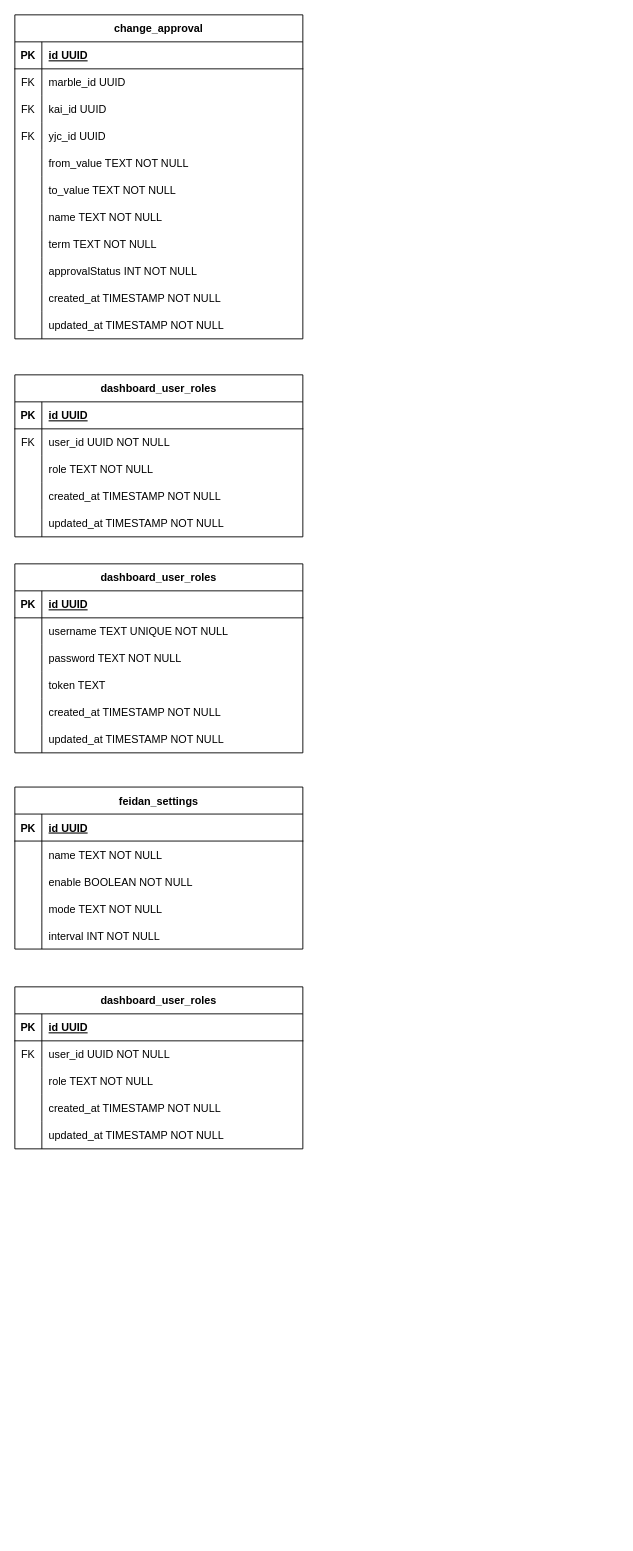
This is kai-game-control.drawio from wayneGoCode/drawio-diagrams, a draw.io file, before an edit. Source tidied: cells renumbered, new cells numbered last; positions are measured from the earlier drawing's top-left corner, leaving out a move shared by most shapes. Both pictures are drawn from the tidied source at 90%, with x=0, y=0 at pixel (14, 14).
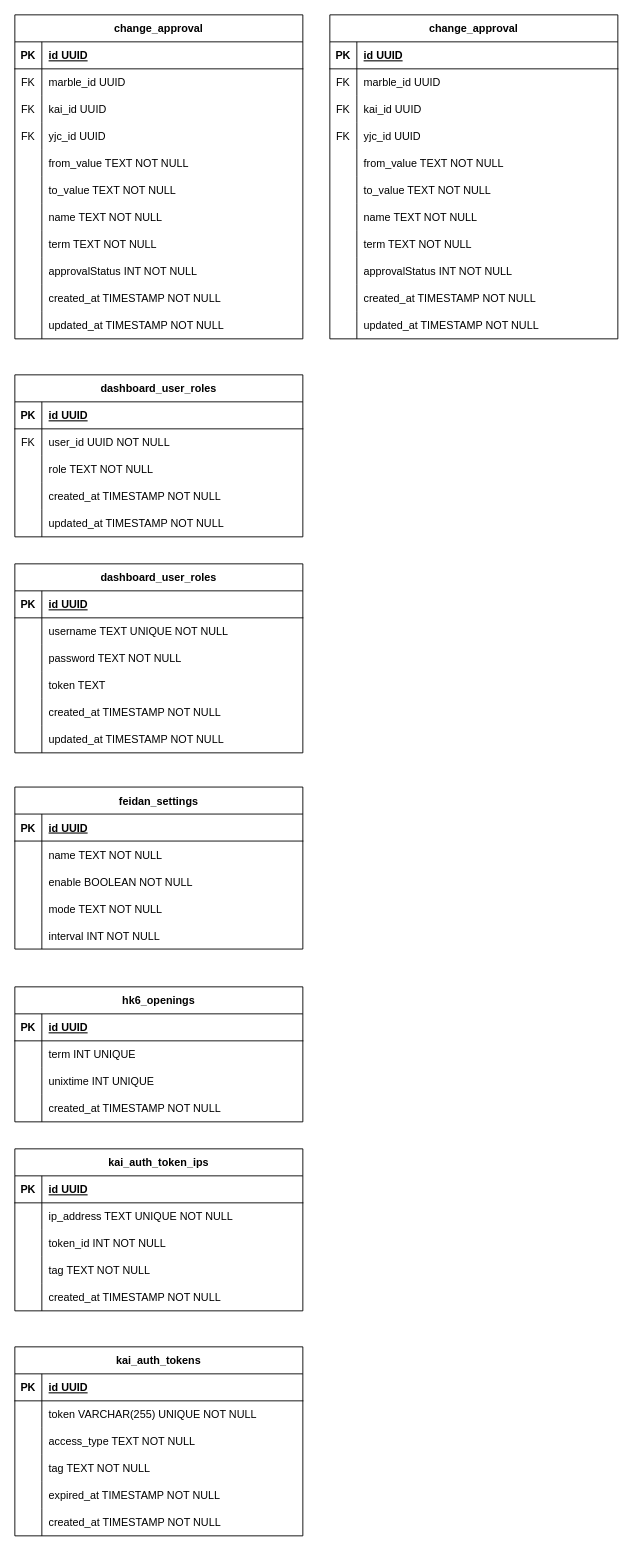
The same diagram, later.

Unchanged cells that the change refers to:
```xml
<mxCell id="91" style="shape=tableRow;horizontal=0;startSize=0;swimlaneHead=0;swimlaneBody=0;fillColor=none;strokeColor=inherit;top=0;left=0;right=0;bottom=0;" parent="87" vertex="1">
  <mxGeometry y="60" width="320" height="30" as="geometry" />
</mxCell>
<mxCell id="94" style="shape=tableRow;horizontal=0;startSize=0;swimlaneHead=0;swimlaneBody=0;fillColor=none;strokeColor=inherit;top=0;left=0;right=0;bottom=0;" parent="87" vertex="1">
  <mxGeometry y="90" width="320" height="30" as="geometry" />
</mxCell>
```

Change to the diagram source:
```diff
@@
-    <mxCell id="87" value="dashboard_user_roles" style="shape=table;startSize=30;childLayout=tableLayout;rowLines=0;fontStyle=1;align=center;" parent="1" vertex="1">
-      <mxGeometry y="1080" width="320" height="180" as="geometry" />
+    <mxCell id="87" value="hk6_openings" style="shape=table;startSize=30;childLayout=tableLayout;rowLines=0;fontStyle=1;align=center;" parent="1" vertex="1">
+      <mxGeometry y="1080" width="320" height="150" as="geometry" />
     </mxCell>
@@
-    <mxCell id="92" value="FK" style="shape=partialRectangle;overflow=hidden;fillColor=none;strokeColor=inherit;top=0;left=0;bottom=0;right=0;" parent="91" vertex="1">
+    <mxCell id="92" style="shape=partialRectangle;overflow=hidden;fillColor=none;strokeColor=inherit;top=0;left=0;bottom=0;right=0;" parent="91" vertex="1">
       <mxGeometry width="30" height="30" as="geometry" />
     </mxCell>
-    <mxCell id="93" value="user_id UUID NOT NULL" style="shape=partialRectangle;overflow=hidden;fillColor=none;align=left;strokeColor=inherit;top=0;left=0;bottom=0;right=0;spacingLeft=6;" parent="91" vertex="1">
+    <mxCell id="93" value="term INT UNIQUE" style="shape=partialRectangle;overflow=hidden;fillColor=none;align=left;strokeColor=inherit;top=0;left=0;bottom=0;right=0;spacingLeft=6;" parent="91" vertex="1">
       <mxGeometry x="30" width="290" height="30" as="geometry" />
     </mxCell>
@@
-    <mxCell id="96" value="role TEXT NOT NULL" style="shape=partialRectangle;overflow=hidden;fillColor=none;align=left;strokeColor=inherit;top=0;left=0;bottom=0;right=0;spacingLeft=6;" parent="94" vertex="1">
+    <mxCell id="96" value="unixtime INT UNIQUE" style="shape=partialRectangle;overflow=hidden;fillColor=none;align=left;strokeColor=inherit;top=0;left=0;bottom=0;right=0;spacingLeft=6;" parent="94" vertex="1">
       <mxGeometry x="30" width="290" height="30" as="geometry" />
     </mxCell>
@@
-    <mxCell id="100" style="shape=tableRow;horizontal=0;startSize=0;swimlaneHead=0;swimlaneBody=0;fillColor=none;strokeColor=inherit;top=0;left=0;right=0;bottom=0;" parent="87" vertex="1">
-      <mxGeometry y="150" width="320" height="30" as="geometry" />
-    </mxCell>
-    <mxCell id="101" style="shape=partialRectangle;overflow=hidden;fillColor=none;strokeColor=inherit;top=0;left=0;bottom=0;right=0;" parent="100" vertex="1">
-      <mxGeometry width="30" height="30" as="geometry" />
-    </mxCell>
+    <mxCell id="103" value="kai_auth_token_ips" style="shape=table;startSize=30;childLayout=tableLayout;rowLines=0;fontStyle=1;align=center;" parent="1" vertex="1">
+      <mxGeometry y="1260" width="320" height="180" as="geometry" />
+    </mxCell>
+    <mxCell id="104" style="shape=tableRow;horizontal=0;startSize=0;swimlaneHead=0;swimlaneBody=0;fillColor=none;strokeColor=inherit;top=0;left=0;right=0;bottom=1;" parent="103" vertex="1">
+      <mxGeometry y="30" width="320" height="30" as="geometry" />
+    </mxCell>
+    <mxCell id="105" value="PK" style="shape=partialRectangle;overflow=hidden;fillColor=none;strokeColor=inherit;top=0;left=0;bottom=0;right=0;fontStyle=1;" parent="104" vertex="1">
+      <mxGeometry width="30" height="30" as="geometry" />
+    </mxCell>
+    <mxCell id="106" value="id UUID" style="shape=partialRectangle;overflow=hidden;fillColor=none;align=left;strokeColor=inherit;top=0;left=0;bottom=0;right=0;spacingLeft=6;fontStyle=5;" parent="104" vertex="1">
+      <mxGeometry x="30" width="290" height="30" as="geometry" />
+    </mxCell>
+    <mxCell id="107" style="shape=tableRow;horizontal=0;startSize=0;swimlaneHead=0;swimlaneBody=0;fillColor=none;strokeColor=inherit;top=0;left=0;right=0;bottom=0;" parent="103" vertex="1">
+      <mxGeometry y="60" width="320" height="30" as="geometry" />
+    </mxCell>
+    <mxCell id="108" style="shape=partialRectangle;overflow=hidden;fillColor=none;strokeColor=inherit;top=0;left=0;bottom=0;right=0;" parent="107" vertex="1">
+      <mxGeometry width="30" height="30" as="geometry" />
+    </mxCell>
+    <mxCell id="109" value="ip_address TEXT UNIQUE NOT NULL" style="shape=partialRectangle;overflow=hidden;fillColor=none;align=left;strokeColor=inherit;top=0;left=0;bottom=0;right=0;spacingLeft=6;" parent="107" vertex="1">
+      <mxGeometry x="30" width="290" height="30" as="geometry" />
+    </mxCell>
+    <mxCell id="110" style="shape=tableRow;horizontal=0;startSize=0;swimlaneHead=0;swimlaneBody=0;fillColor=none;strokeColor=inherit;top=0;left=0;right=0;bottom=0;" parent="103" vertex="1">
+      <mxGeometry y="90" width="320" height="30" as="geometry" />
+    </mxCell>
+    <mxCell id="111" style="shape=partialRectangle;overflow=hidden;fillColor=none;strokeColor=inherit;top=0;left=0;bottom=0;right=0;" parent="110" vertex="1">
+      <mxGeometry width="30" height="30" as="geometry" />
+    </mxCell>
+    <mxCell id="112" value="token_id INT NOT NULL" style="shape=partialRectangle;overflow=hidden;fillColor=none;align=left;strokeColor=inherit;top=0;left=0;bottom=0;right=0;spacingLeft=6;" parent="110" vertex="1">
+      <mxGeometry x="30" width="290" height="30" as="geometry" />
+    </mxCell>
+    <mxCell id="113" style="shape=tableRow;horizontal=0;startSize=0;swimlaneHead=0;swimlaneBody=0;fillColor=none;strokeColor=inherit;top=0;left=0;right=0;bottom=0;" parent="103" vertex="1">
+      <mxGeometry y="120" width="320" height="30" as="geometry" />
+    </mxCell>
+    <mxCell id="114" style="shape=partialRectangle;overflow=hidden;fillColor=none;strokeColor=inherit;top=0;left=0;bottom=0;right=0;" parent="113" vertex="1">
+      <mxGeometry width="30" height="30" as="geometry" />
+    </mxCell>
+    <mxCell id="115" value="tag TEXT NOT NULL" style="shape=partialRectangle;overflow=hidden;fillColor=none;align=left;strokeColor=inherit;top=0;left=0;bottom=0;right=0;spacingLeft=6;" parent="113" vertex="1">
+      <mxGeometry x="30" width="290" height="30" as="geometry" />
+    </mxCell>
+    <mxCell id="116" style="shape=tableRow;horizontal=0;startSize=0;swimlaneHead=0;swimlaneBody=0;fillColor=none;strokeColor=inherit;top=0;left=0;right=0;bottom=0;" parent="103" vertex="1">
+      <mxGeometry y="150" width="320" height="30" as="geometry" />
+    </mxCell>
+    <mxCell id="117" style="shape=partialRectangle;overflow=hidden;fillColor=none;strokeColor=inherit;top=0;left=0;bottom=0;right=0;" parent="116" vertex="1">
+      <mxGeometry width="30" height="30" as="geometry" />
+    </mxCell>
+    <mxCell id="118" value="created_at TIMESTAMP NOT NULL" style="shape=partialRectangle;overflow=hidden;fillColor=none;align=left;strokeColor=inherit;top=0;left=0;bottom=0;right=0;spacingLeft=6;" parent="116" vertex="1">
+      <mxGeometry x="30" width="290" height="30" as="geometry" />
+    </mxCell>
+    <mxCell id="119" value="kai_auth_tokens" style="shape=table;startSize=30;childLayout=tableLayout;rowLines=0;fontStyle=1;align=center;" parent="1" vertex="1">
+      <mxGeometry y="1480" width="320" height="210" as="geometry" />
+    </mxCell>
+    <mxCell id="120" style="shape=tableRow;horizontal=0;startSize=0;swimlaneHead=0;swimlaneBody=0;fillColor=none;strokeColor=inherit;top=0;left=0;right=0;bottom=1;" parent="119" vertex="1">
+      <mxGeometry y="30" width="320" height="30" as="geometry" />
+    </mxCell>
+    <mxCell id="121" value="PK" style="shape=partialRectangle;overflow=hidden;fillColor=none;strokeColor=inherit;top=0;left=0;bottom=0;right=0;fontStyle=1;" parent="120" vertex="1">
+      <mxGeometry width="30" height="30" as="geometry" />
+    </mxCell>
+    <mxCell id="122" value="id UUID" style="shape=partialRectangle;overflow=hidden;fillColor=none;align=left;strokeColor=inherit;top=0;left=0;bottom=0;right=0;spacingLeft=6;fontStyle=5;" parent="120" vertex="1">
+      <mxGeometry x="30" width="290" height="30" as="geometry" />
+    </mxCell>
+    <mxCell id="123" style="shape=tableRow;horizontal=0;startSize=0;swimlaneHead=0;swimlaneBody=0;fillColor=none;strokeColor=inherit;top=0;left=0;right=0;bottom=0;" parent="119" vertex="1">
+      <mxGeometry y="60" width="320" height="30" as="geometry" />
+    </mxCell>
+    <mxCell id="124" style="shape=partialRectangle;overflow=hidden;fillColor=none;strokeColor=inherit;top=0;left=0;bottom=0;right=0;" parent="123" vertex="1">
+      <mxGeometry width="30" height="30" as="geometry" />
+    </mxCell>
+    <mxCell id="125" value="token VARCHAR(255) UNIQUE NOT NULL" style="shape=partialRectangle;overflow=hidden;fillColor=none;align=left;strokeColor=inherit;top=0;left=0;bottom=0;right=0;spacingLeft=6;" parent="123" vertex="1">
+      <mxGeometry x="30" width="290" height="30" as="geometry" />
+    </mxCell>
+    <mxCell id="126" style="shape=tableRow;horizontal=0;startSize=0;swimlaneHead=0;swimlaneBody=0;fillColor=none;strokeColor=inherit;top=0;left=0;right=0;bottom=0;" parent="119" vertex="1">
+      <mxGeometry y="90" width="320" height="30" as="geometry" />
+    </mxCell>
+    <mxCell id="127" style="shape=partialRectangle;overflow=hidden;fillColor=none;strokeColor=inherit;top=0;left=0;bottom=0;right=0;" parent="126" vertex="1">
+      <mxGeometry width="30" height="30" as="geometry" />
+    </mxCell>
+    <mxCell id="128" value="access_type TEXT NOT NULL" style="shape=partialRectangle;overflow=hidden;fillColor=none;align=left;strokeColor=inherit;top=0;left=0;bottom=0;right=0;spacingLeft=6;" parent="126" vertex="1">
+      <mxGeometry x="30" width="290" height="30" as="geometry" />
+    </mxCell>
+    <mxCell id="129" style="shape=tableRow;horizontal=0;startSize=0;swimlaneHead=0;swimlaneBody=0;fillColor=none;strokeColor=inherit;top=0;left=0;right=0;bottom=0;" parent="119" vertex="1">
+      <mxGeometry y="120" width="320" height="30" as="geometry" />
+    </mxCell>
+    <mxCell id="130" style="shape=partialRectangle;overflow=hidden;fillColor=none;strokeColor=inherit;top=0;left=0;bottom=0;right=0;" parent="129" vertex="1">
+      <mxGeometry width="30" height="30" as="geometry" />
+    </mxCell>
+    <mxCell id="131" value="tag TEXT NOT NULL" style="shape=partialRectangle;overflow=hidden;fillColor=none;align=left;strokeColor=inherit;top=0;left=0;bottom=0;right=0;spacingLeft=6;" parent="129" vertex="1">
+      <mxGeometry x="30" width="290" height="30" as="geometry" />
+    </mxCell>
+    <mxCell id="132" style="shape=tableRow;horizontal=0;startSize=0;swimlaneHead=0;swimlaneBody=0;fillColor=none;strokeColor=inherit;top=0;left=0;right=0;bottom=0;" parent="119" vertex="1">
+      <mxGeometry y="150" width="320" height="30" as="geometry" />
+    </mxCell>
+    <mxCell id="133" style="shape=partialRectangle;overflow=hidden;fillColor=none;strokeColor=inherit;top=0;left=0;bottom=0;right=0;" parent="132" vertex="1">
+      <mxGeometry width="30" height="30" as="geometry" />
+    </mxCell>
+    <mxCell id="134" value="expired_at TIMESTAMP NOT NULL" style="shape=partialRectangle;overflow=hidden;fillColor=none;align=left;strokeColor=inherit;top=0;left=0;bottom=0;right=0;spacingLeft=6;" parent="132" vertex="1">
+      <mxGeometry x="30" width="290" height="30" as="geometry" />
+    </mxCell>
+    <mxCell id="135" style="shape=tableRow;horizontal=0;startSize=0;swimlaneHead=0;swimlaneBody=0;fillColor=none;strokeColor=inherit;top=0;left=0;right=0;bottom=0;" parent="119" vertex="1">
+      <mxGeometry y="180" width="320" height="30" as="geometry" />
+    </mxCell>
+    <mxCell id="136" style="shape=partialRectangle;overflow=hidden;fillColor=none;strokeColor=inherit;top=0;left=0;bottom=0;right=0;" parent="135" vertex="1">
+      <mxGeometry width="30" height="30" as="geometry" />
+    </mxCell>
+    <mxCell id="137" value="created_at TIMESTAMP NOT NULL" style="shape=partialRectangle;overflow=hidden;fillColor=none;align=left;strokeColor=inherit;top=0;left=0;bottom=0;right=0;spacingLeft=6;" parent="135" vertex="1">
+      <mxGeometry x="30" width="290" height="30" as="geometry" />
+    </mxCell>
+    <mxCell id="138" value="change_approval" style="shape=table;startSize=30;childLayout=tableLayout;rowLines=0;fontStyle=1;align=center;" parent="1" vertex="1">
+      <mxGeometry x="350" width="320" height="360" as="geometry" />
+    </mxCell>
+    <mxCell id="139" style="shape=tableRow;horizontal=0;startSize=0;swimlaneHead=0;swimlaneBody=0;fillColor=none;strokeColor=inherit;top=0;left=0;right=0;bottom=1;" parent="138" vertex="1">
+      <mxGeometry y="30" width="320" height="30" as="geometry" />
+    </mxCell>
+    <mxCell id="140" value="PK" style="shape=partialRectangle;overflow=hidden;fillColor=none;strokeColor=inherit;top=0;left=0;bottom=0;right=0;fontStyle=1;" parent="139" vertex="1">
+      <mxGeometry width="30" height="30" as="geometry" />
+    </mxCell>
+    <mxCell id="141" value="id UUID" style="shape=partialRectangle;overflow=hidden;fillColor=none;align=left;strokeColor=inherit;top=0;left=0;bottom=0;right=0;spacingLeft=6;fontStyle=5;" parent="139" vertex="1">
+      <mxGeometry x="30" width="290" height="30" as="geometry" />
+    </mxCell>
+    <mxCell id="142" style="shape=tableRow;horizontal=0;startSize=0;swimlaneHead=0;swimlaneBody=0;fillColor=none;strokeColor=inherit;top=0;left=0;right=0;bottom=0;" parent="138" vertex="1">
+      <mxGeometry y="60" width="320" height="30" as="geometry" />
+    </mxCell>
+    <mxCell id="143" value="FK" style="shape=partialRectangle;overflow=hidden;fillColor=none;strokeColor=inherit;top=0;left=0;bottom=0;right=0;" parent="142" vertex="1">
+      <mxGeometry width="30" height="30" as="geometry" />
+    </mxCell>
+    <mxCell id="144" value="marble_id UUID" style="shape=partialRectangle;overflow=hidden;fillColor=none;align=left;strokeColor=inherit;top=0;left=0;bottom=0;right=0;spacingLeft=6;" parent="142" vertex="1">
+      <mxGeometry x="30" width="290" height="30" as="geometry" />
+    </mxCell>
+    <mxCell id="145" style="shape=tableRow;horizontal=0;startSize=0;swimlaneHead=0;swimlaneBody=0;fillColor=none;strokeColor=inherit;top=0;left=0;right=0;bottom=0;" parent="138" vertex="1">
+      <mxGeometry y="90" width="320" height="30" as="geometry" />
+    </mxCell>
+    <mxCell id="146" value="FK" style="shape=partialRectangle;overflow=hidden;fillColor=none;strokeColor=inherit;top=0;left=0;bottom=0;right=0;" parent="145" vertex="1">
+      <mxGeometry width="30" height="30" as="geometry" />
+    </mxCell>
+    <mxCell id="147" value="kai_id UUID" style="shape=partialRectangle;overflow=hidden;fillColor=none;align=left;strokeColor=inherit;top=0;left=0;bottom=0;right=0;spacingLeft=6;" parent="145" vertex="1">
+      <mxGeometry x="30" width="290" height="30" as="geometry" />
+    </mxCell>
+    <mxCell id="148" style="shape=tableRow;horizontal=0;startSize=0;swimlaneHead=0;swimlaneBody=0;fillColor=none;strokeColor=inherit;top=0;left=0;right=0;bottom=0;" parent="138" vertex="1">
+      <mxGeometry y="120" width="320" height="30" as="geometry" />
+    </mxCell>
+    <mxCell id="149" value="FK" style="shape=partialRectangle;overflow=hidden;fillColor=none;strokeColor=inherit;top=0;left=0;bottom=0;right=0;" parent="148" vertex="1">
+      <mxGeometry width="30" height="30" as="geometry" />
+    </mxCell>
+    <mxCell id="150" value="yjc_id UUID" style="shape=partialRectangle;overflow=hidden;fillColor=none;align=left;strokeColor=inherit;top=0;left=0;bottom=0;right=0;spacingLeft=6;" parent="148" vertex="1">
+      <mxGeometry x="30" width="290" height="30" as="geometry" />
+    </mxCell>
+    <mxCell id="151" style="shape=tableRow;horizontal=0;startSize=0;swimlaneHead=0;swimlaneBody=0;fillColor=none;strokeColor=inherit;top=0;left=0;right=0;bottom=0;" parent="138" vertex="1">
+      <mxGeometry y="150" width="320" height="30" as="geometry" />
+    </mxCell>
+    <mxCell id="152" style="shape=partialRectangle;overflow=hidden;fillColor=none;strokeColor=inherit;top=0;left=0;bottom=0;right=0;" parent="151" vertex="1">
+      <mxGeometry width="30" height="30" as="geometry" />
+    </mxCell>
+    <mxCell id="153" value="from_value TEXT NOT NULL" style="shape=partialRectangle;overflow=hidden;fillColor=none;align=left;strokeColor=inherit;top=0;left=0;bottom=0;right=0;spacingLeft=6;" parent="151" vertex="1">
+      <mxGeometry x="30" width="290" height="30" as="geometry" />
+    </mxCell>
+    <mxCell id="154" style="shape=tableRow;horizontal=0;startSize=0;swimlaneHead=0;swimlaneBody=0;fillColor=none;strokeColor=inherit;top=0;left=0;right=0;bottom=0;" parent="138" vertex="1">
+      <mxGeometry y="180" width="320" height="30" as="geometry" />
+    </mxCell>
+    <mxCell id="155" style="shape=partialRectangle;overflow=hidden;fillColor=none;strokeColor=inherit;top=0;left=0;bottom=0;right=0;" parent="154" vertex="1">
+      <mxGeometry width="30" height="30" as="geometry" />
+    </mxCell>
+    <mxCell id="156" value="to_value TEXT NOT NULL" style="shape=partialRectangle;overflow=hidden;fillColor=none;align=left;strokeColor=inherit;top=0;left=0;bottom=0;right=0;spacingLeft=6;" parent="154" vertex="1">
+      <mxGeometry x="30" width="290" height="30" as="geometry" />
+    </mxCell>
+    <mxCell id="157" style="shape=tableRow;horizontal=0;startSize=0;swimlaneHead=0;swimlaneBody=0;fillColor=none;strokeColor=inherit;top=0;left=0;right=0;bottom=0;" parent="138" vertex="1">
+      <mxGeometry y="210" width="320" height="30" as="geometry" />
+    </mxCell>
+    <mxCell id="158" style="shape=partialRectangle;overflow=hidden;fillColor=none;strokeColor=inherit;top=0;left=0;bottom=0;right=0;" parent="157" vertex="1">
+      <mxGeometry width="30" height="30" as="geometry" />
+    </mxCell>
+    <mxCell id="159" value="name TEXT NOT NULL" style="shape=partialRectangle;overflow=hidden;fillColor=none;align=left;strokeColor=inherit;top=0;left=0;bottom=0;right=0;spacingLeft=6;" parent="157" vertex="1">
+      <mxGeometry x="30" width="290" height="30" as="geometry" />
+    </mxCell>
+    <mxCell id="160" style="shape=tableRow;horizontal=0;startSize=0;swimlaneHead=0;swimlaneBody=0;fillColor=none;strokeColor=inherit;top=0;left=0;right=0;bottom=0;" parent="138" vertex="1">
+      <mxGeometry y="240" width="320" height="30" as="geometry" />
+    </mxCell>
+    <mxCell id="161" style="shape=partialRectangle;overflow=hidden;fillColor=none;strokeColor=inherit;top=0;left=0;bottom=0;right=0;" parent="160" vertex="1">
+      <mxGeometry width="30" height="30" as="geometry" />
+    </mxCell>
+    <mxCell id="162" value="term TEXT NOT NULL" style="shape=partialRectangle;overflow=hidden;fillColor=none;align=left;strokeColor=inherit;top=0;left=0;bottom=0;right=0;spacingLeft=6;" parent="160" vertex="1">
+      <mxGeometry x="30" width="290" height="30" as="geometry" />
+    </mxCell>
+    <mxCell id="163" style="shape=tableRow;horizontal=0;startSize=0;swimlaneHead=0;swimlaneBody=0;fillColor=none;strokeColor=inherit;top=0;left=0;right=0;bottom=0;" parent="138" vertex="1">
+      <mxGeometry y="270" width="320" height="30" as="geometry" />
+    </mxCell>
+    <mxCell id="164" style="shape=partialRectangle;overflow=hidden;fillColor=none;strokeColor=inherit;top=0;left=0;bottom=0;right=0;" parent="163" vertex="1">
+      <mxGeometry width="30" height="30" as="geometry" />
+    </mxCell>
+    <mxCell id="165" value="approvalStatus INT NOT NULL" style="shape=partialRectangle;overflow=hidden;fillColor=none;align=left;strokeColor=inherit;top=0;left=0;bottom=0;right=0;spacingLeft=6;" parent="163" vertex="1">
+      <mxGeometry x="30" width="290" height="30" as="geometry" />
+    </mxCell>
+    <mxCell id="166" style="shape=tableRow;horizontal=0;startSize=0;swimlaneHead=0;swimlaneBody=0;fillColor=none;strokeColor=inherit;top=0;left=0;right=0;bottom=0;" parent="138" vertex="1">
+      <mxGeometry y="300" width="320" height="30" as="geometry" />
+    </mxCell>
+    <mxCell id="167" style="shape=partialRectangle;overflow=hidden;fillColor=none;strokeColor=inherit;top=0;left=0;bottom=0;right=0;" parent="166" vertex="1">
+      <mxGeometry width="30" height="30" as="geometry" />
+    </mxCell>
+    <mxCell id="168" value="created_at TIMESTAMP NOT NULL" style="shape=partialRectangle;overflow=hidden;fillColor=none;align=left;strokeColor=inherit;top=0;left=0;bottom=0;right=0;spacingLeft=6;" parent="166" vertex="1">
+      <mxGeometry x="30" width="290" height="30" as="geometry" />
+    </mxCell>
+    <mxCell id="169" style="shape=tableRow;horizontal=0;startSize=0;swimlaneHead=0;swimlaneBody=0;fillColor=none;strokeColor=inherit;top=0;left=0;right=0;bottom=0;" parent="138" vertex="1">
+      <mxGeometry y="330" width="320" height="30" as="geometry" />
+    </mxCell>
+    <mxCell id="170" style="shape=partialRectangle;overflow=hidden;fillColor=none;strokeColor=inherit;top=0;left=0;bottom=0;right=0;" parent="169" vertex="1">
+      <mxGeometry width="30" height="30" as="geometry" />
+    </mxCell>
-    <mxCell id="102" value="updated_at TIMESTAMP NOT NULL" style="shape=partialRectangle;overflow=hidden;fillColor=none;align=left;strokeColor=inherit;top=0;left=0;bottom=0;right=0;spacingLeft=6;" parent="100" vertex="1">
+    <mxCell id="102" value="updated_at TIMESTAMP NOT NULL" style="shape=partialRectangle;overflow=hidden;fillColor=none;align=left;strokeColor=inherit;top=0;left=0;bottom=0;right=0;spacingLeft=6;" parent="169" vertex="1">
       <mxGeometry x="30" width="290" height="30" as="geometry" />
     </mxCell>
```
